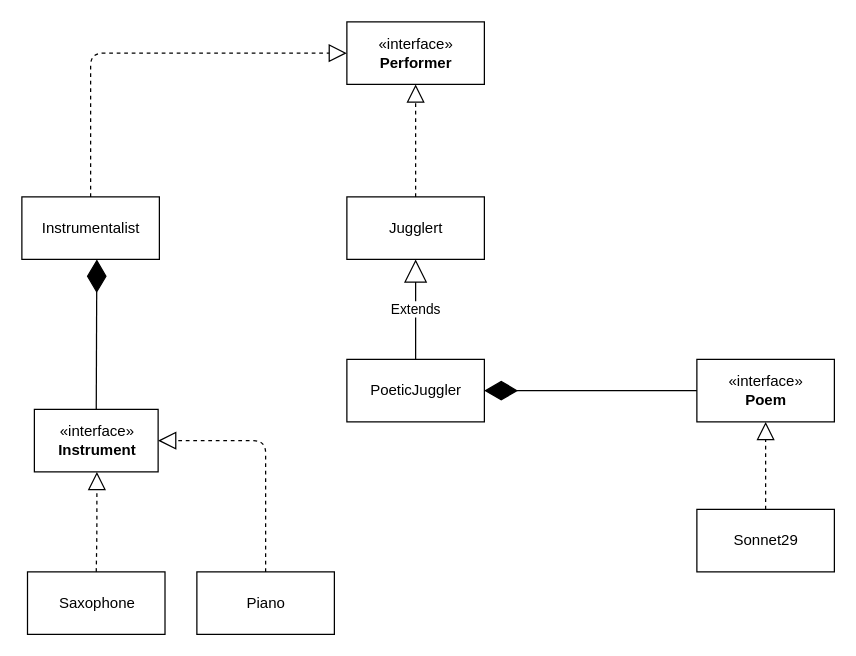
Above: src/main/resources/creating-beans.drawio in odin1982/spring (draw.io), before the change. Source tidied: cells renumbered, new cells numbered last; positions are measured from the earlier drawing's top-left corner, leaving out a move shared by most shapes. Both pictures are drawn from the tidied source at 125%, with x=0, y=0 at pixel (21, 21).
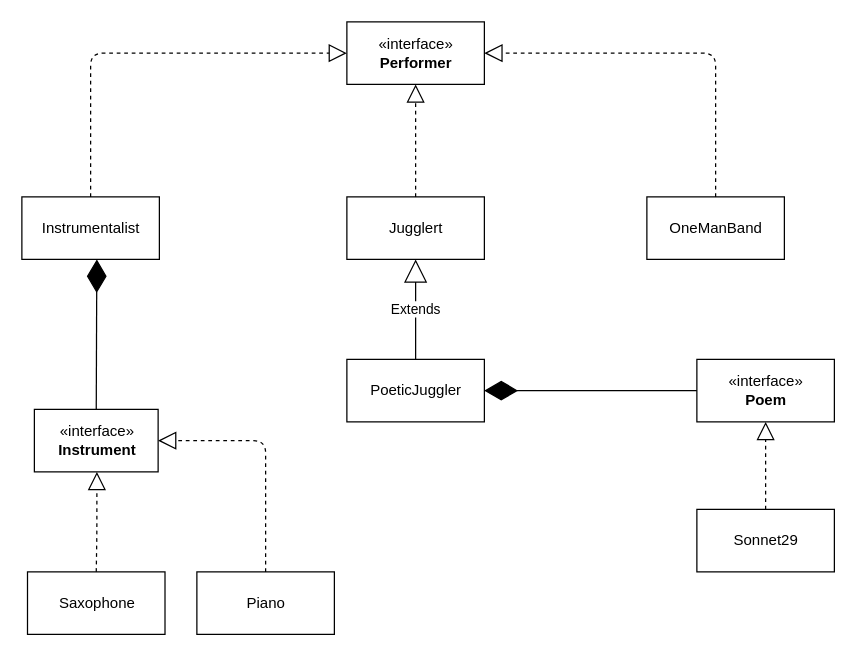
Above is the later version.

The change refers to these unchanged cells:
```xml
<mxCell id="2" value="«interface»&lt;br&gt;&lt;b&gt;Performer&lt;/b&gt;" style="html=1;" parent="1" vertex="1">
  <mxGeometry x="260" width="110" height="50" as="geometry" />
</mxCell>
```

Diff of the diagram source:
```diff
@@
+    <mxCell id="19" value="OneManBand" style="html=1;" parent="1" vertex="1">
+      <mxGeometry x="500" y="140" width="110" height="50" as="geometry" />
+    </mxCell>
+    <mxCell id="20" style="endArrow=block;dashed=1;endFill=0;endSize=12;html=1;exitX=0.5;exitY=0;exitDx=0;exitDy=0;entryX=1;entryY=0.5;entryDx=0;entryDy=0;" parent="1" edge="1" source="19" target="2">
+      <mxGeometry relative="1" as="geometry">
+        <Array as="points">
+          <mxPoint x="555" y="25" />
+        </Array>
+      </mxGeometry>
+    </mxCell>
```
